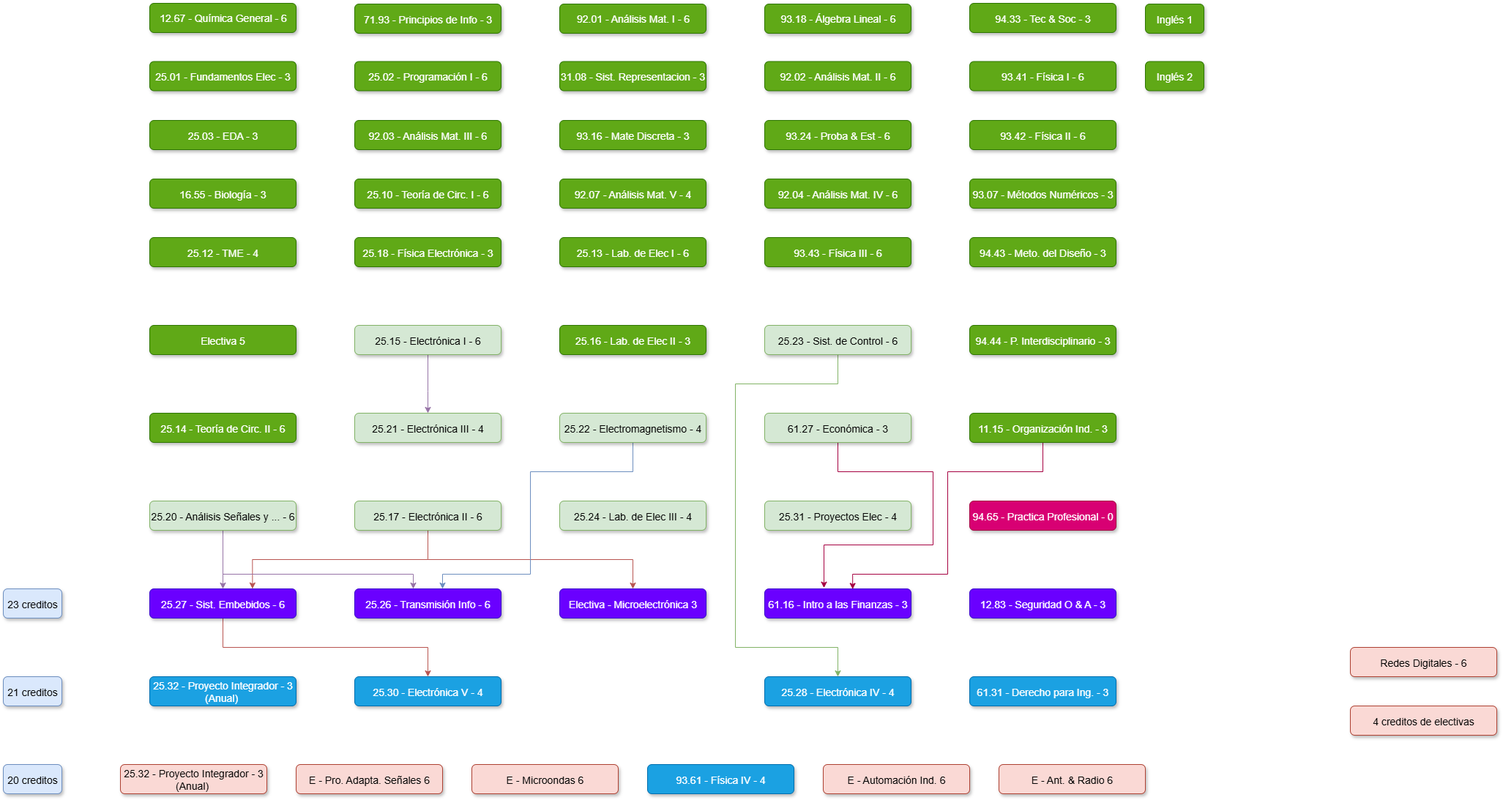
The draw.io diagram K22.drawio.png in juanipla/K22, before a commit. Source tidied: cells renumbered, new cells last; positions are measured from the earlier drawing's top-left corner, leaving out a move shared by most shapes.
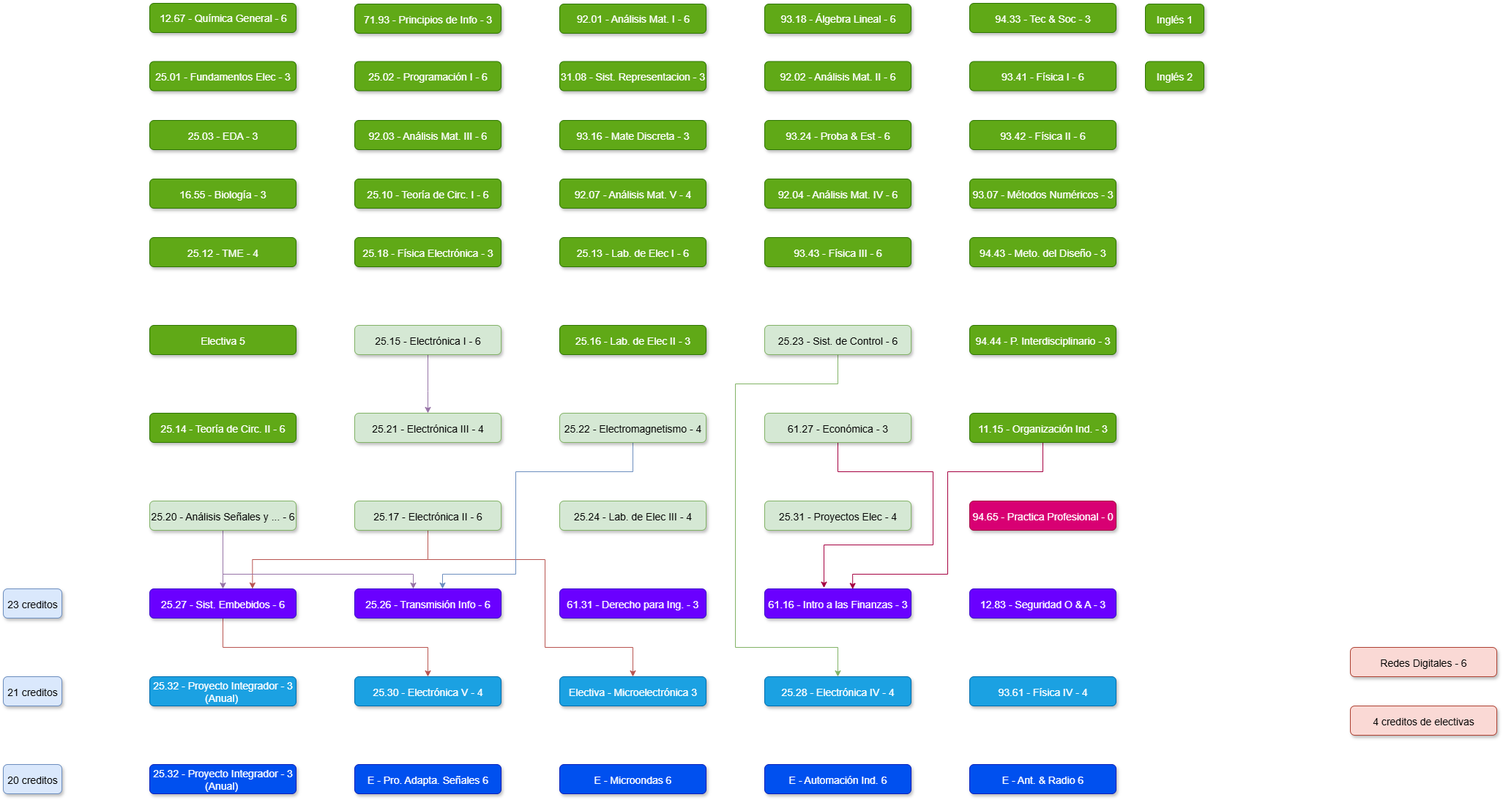
Later version of the same file.

The edit, as a diff of the source:
```diff
@@ -33,7 +33,7 @@
       <mxGeometry x="760" y="240" width="200" height="40" as="geometry" />
     </mxCell>
     <mxCell id="12" value="93.61 - Física IV - 4" style="rounded=1;fillColor=#1ba1e2;strokeColor=#006EAF;shadow=1;fontStyle=0;fontSize=14;labelBorderColor=none;labelBackgroundColor=none;verticalAlign=middle;fontColor=#ffffff;" parent="1" vertex="1">
-      <mxGeometry x="880" y="1040" width="200" height="40" as="geometry" />
+      <mxGeometry x="1320" y="920" width="200" height="40" as="geometry" />
     </mxCell>
     <mxCell id="13" value="94.43 - Meto. del Diseño - 3" style="rounded=1;fillColor=#60a917;strokeColor=#2D7600;shadow=1;fontStyle=0;fontSize=14;labelBorderColor=none;labelBackgroundColor=none;verticalAlign=middle;fontColor=#ffffff;" parent="1" vertex="1">
       <mxGeometry x="1320" y="320" width="200" height="40" as="geometry" />
@@ -67,7 +67,9 @@
       <mxGeometry relative="1" as="geometry">
         <Array as="points">
           <mxPoint x="580" y="760" />
-          <mxPoint x="860" y="760" />
+          <mxPoint x="740" y="760" />
+          <mxPoint x="740" y="880" />
+          <mxPoint x="860" y="880" />
         </Array>
       </mxGeometry>
     </mxCell>
@@ -108,8 +110,8 @@
         <mxPoint x="600" y="800" as="targetPoint" />
         <Array as="points">
           <mxPoint x="860" y="640" />
-          <mxPoint x="720" y="640" />
-          <mxPoint x="720" y="780" />
+          <mxPoint x="700" y="640" />
+          <mxPoint x="700" y="780" />
           <mxPoint x="600" y="780" />
         </Array>
       </mxGeometry>
@@ -191,11 +193,11 @@
     <mxCell id="46" value="61.16 - Intro a las Finanzas - 3" style="rounded=1;fillColor=#6a00ff;strokeColor=#3700CC;shadow=1;fontStyle=0;fontSize=14;labelBorderColor=none;labelBackgroundColor=none;verticalAlign=middle;fontColor=#ffffff;" parent="1" vertex="1">
       <mxGeometry x="1040" y="800" width="200" height="40" as="geometry" />
     </mxCell>
-    <mxCell id="47" value="61.31 - Derecho para Ing. - 3" style="rounded=1;fillColor=#1ba1e2;strokeColor=#006EAF;shadow=1;fontStyle=0;fontSize=14;labelBorderColor=none;labelBackgroundColor=none;fontColor=#ffffff;" parent="1" vertex="1">
-      <mxGeometry x="1320" y="920" width="200" height="40" as="geometry" />
+    <mxCell id="47" value="61.31 - Derecho para Ing. - 3" style="rounded=1;fillColor=#6a00ff;strokeColor=#3700CC;shadow=1;fontStyle=0;fontSize=14;labelBorderColor=none;labelBackgroundColor=none;fontColor=#ffffff;" parent="1" vertex="1">
+      <mxGeometry x="760" y="800" width="200" height="40" as="geometry" />
     </mxCell>
-    <mxCell id="48" value="25.32 - Proyecto Integrador - 3&#10;(Anual) " style="rounded=1;fillColor=#fad9d5;strokeColor=#ae4132;shadow=1;fontStyle=0;fontSize=14;labelBorderColor=none;labelBackgroundColor=none;" parent="1" vertex="1">
-      <mxGeometry x="160" y="1040" width="200" height="40" as="geometry" />
+    <mxCell id="48" value="25.32 - Proyecto Integrador - 3&#10;(Anual) " style="rounded=1;fillColor=#0050ef;strokeColor=#001DBC;shadow=1;fontStyle=0;fontSize=14;labelBorderColor=none;labelBackgroundColor=none;fontColor=#ffffff;" parent="1" vertex="1">
+      <mxGeometry x="200" y="1040" width="200" height="40" as="geometry" />
     </mxCell>
     <mxCell id="49" value="92.02 - Análisis Mat. II - 6" style="rounded=1;fillColor=#60a917;strokeColor=#2D7600;shadow=1;fontStyle=0;fontSize=14;labelBorderColor=none;labelBackgroundColor=none;verticalAlign=middle;fontColor=#ffffff;" parent="1" vertex="1">
       <mxGeometry x="1040" y="79.5" width="200" height="40" as="geometry" />
@@ -239,23 +241,23 @@
     <mxCell id="62" value="Electiva 5" style="rounded=1;fillColor=#60a917;strokeColor=#2D7600;shadow=1;fontStyle=0;fontSize=14;labelBorderColor=none;labelBackgroundColor=none;verticalAlign=middle;fontColor=#ffffff;" parent="1" vertex="1">
       <mxGeometry x="200" y="440" width="200" height="40" as="geometry" />
     </mxCell>
-    <mxCell id="63" value="Electiva - Microelectrónica 3" style="rounded=1;fillColor=#6a00ff;strokeColor=#3700CC;shadow=1;fontStyle=0;fontSize=14;labelBorderColor=none;labelBackgroundColor=none;verticalAlign=middle;fontColor=#ffffff;" parent="1" vertex="1">
-      <mxGeometry x="760" y="800" width="200" height="40" as="geometry" />
+    <mxCell id="63" value="Electiva - Microelectrónica 3" style="rounded=1;fillColor=#1ba1e2;strokeColor=#006EAF;shadow=1;fontStyle=0;fontSize=14;labelBorderColor=none;labelBackgroundColor=none;verticalAlign=middle;fontColor=#ffffff;" parent="1" vertex="1">
+      <mxGeometry x="760" y="920" width="200" height="40" as="geometry" />
     </mxCell>
-    <mxCell id="64" value="E - Pro. Adapta. Señales 6" style="rounded=1;fillColor=#fad9d5;strokeColor=#ae4132;shadow=1;fontStyle=0;fontSize=14;labelBorderColor=none;labelBackgroundColor=none;verticalAlign=middle;" parent="1" vertex="1">
-      <mxGeometry x="400" y="1040" width="200" height="40" as="geometry" />
+    <mxCell id="64" value="E - Pro. Adapta. Señales 6" style="rounded=1;fillColor=#0050ef;strokeColor=#001DBC;shadow=1;fontStyle=0;fontSize=14;labelBorderColor=none;labelBackgroundColor=none;verticalAlign=middle;fontColor=#ffffff;" parent="1" vertex="1">
+      <mxGeometry x="480" y="1040" width="200" height="40" as="geometry" />
     </mxCell>
-    <mxCell id="65" value="E - Automación Ind. 6" style="rounded=1;fillColor=#fad9d5;strokeColor=#ae4132;shadow=1;fontStyle=0;fontSize=14;labelBorderColor=none;labelBackgroundColor=none;verticalAlign=middle;" parent="1" vertex="1">
-      <mxGeometry x="1120" y="1040" width="200" height="40" as="geometry" />
+    <mxCell id="65" value="E - Automación Ind. 6" style="rounded=1;fillColor=#0050ef;strokeColor=#001DBC;shadow=1;fontStyle=0;fontSize=14;labelBorderColor=none;labelBackgroundColor=none;verticalAlign=middle;fontColor=#ffffff;" parent="1" vertex="1">
+      <mxGeometry x="1040" y="1040" width="200" height="40" as="geometry" />
     </mxCell>
     <mxCell id="66" value="Inglés 1" style="rounded=1;fillColor=#60a917;strokeColor=#2D7600;shadow=1;fontStyle=0;fontSize=14;labelBorderColor=none;labelBackgroundColor=none;verticalAlign=middle;fontColor=#ffffff;" parent="1" vertex="1">
       <mxGeometry x="1560" y="1" width="80" height="40" as="geometry" />
     </mxCell>
-    <mxCell id="67" value="E - Ant. &amp; Radio 6" style="rounded=1;fillColor=#fad9d5;strokeColor=#ae4132;shadow=1;fontStyle=0;fontSize=14;labelBorderColor=none;labelBackgroundColor=none;verticalAlign=middle;" parent="1" vertex="1">
-      <mxGeometry x="1360" y="1040" width="200" height="40" as="geometry" />
+    <mxCell id="67" value="E - Ant. &amp; Radio 6" style="rounded=1;fillColor=#0050ef;strokeColor=#001DBC;shadow=1;fontStyle=0;fontSize=14;labelBorderColor=none;labelBackgroundColor=none;verticalAlign=middle;fontColor=#ffffff;" parent="1" vertex="1">
+      <mxGeometry x="1320" y="1040" width="200" height="40" as="geometry" />
     </mxCell>
-    <mxCell id="68" value="E - Microondas 6" style="rounded=1;fillColor=#fad9d5;strokeColor=#ae4132;shadow=1;fontStyle=0;fontSize=14;labelBorderColor=none;labelBackgroundColor=none;verticalAlign=middle;" parent="1" vertex="1">
-      <mxGeometry x="640" y="1040" width="200" height="40" as="geometry" />
+    <mxCell id="68" value="E - Microondas 6" style="rounded=1;fillColor=#0050ef;strokeColor=#001DBC;shadow=1;fontStyle=0;fontSize=14;labelBorderColor=none;labelBackgroundColor=none;verticalAlign=middle;fontColor=#ffffff;" parent="1" vertex="1">
+      <mxGeometry x="760" y="1040" width="200" height="40" as="geometry" />
     </mxCell>
     <mxCell id="69" value="23 creditos" style="rounded=1;fillColor=#dae8fc;strokeColor=#6c8ebf;shadow=1;fontStyle=0;fontSize=14;labelBorderColor=none;labelBackgroundColor=none;verticalAlign=middle;" parent="1" vertex="1">
       <mxGeometry y="800" width="80" height="40" as="geometry" />
```
